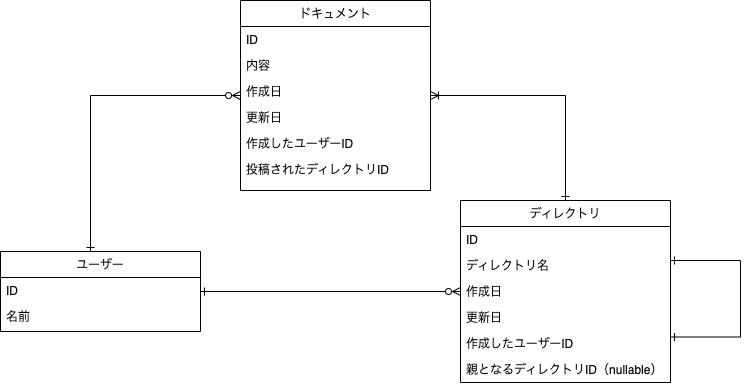
Above: db/db-modeling-3/DB3 Diagram task2.drawio.png in yuikoito/PrAhaChallenge (draw.io), before the change. Source tidied: cells renumbered, new cells last; positions are measured from the earlier drawing's top-left corner, leaving out a move shared by most shapes.
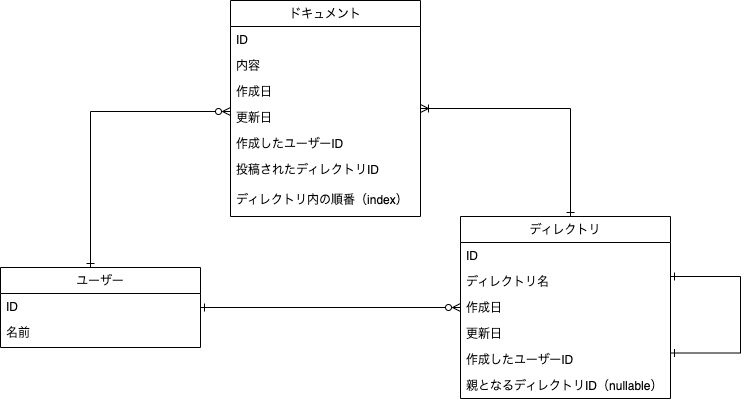
The same diagram one commit later.

The edit, as a diff of the source:
```diff
@@ -22,10 +22,14 @@
       <mxGeometry y="52" width="200" height="26" as="geometry" />
     </mxCell>
     <mxCell id="7" style="edgeStyle=orthogonalEdgeStyle;rounded=0;jettySize=auto;html=1;startArrow=ERoneToMany;startFill=0;endArrow=ERone;endFill=0;" parent="1" edge="1" source="8" target="15">
-      <mxGeometry relative="1" as="geometry" />
+      <mxGeometry relative="1" as="geometry">
+        <Array as="points">
+          <mxPoint x="570" y="92" />
+        </Array>
+      </mxGeometry>
     </mxCell>
     <mxCell id="8" value="ドキュメント" style="swimlane;fontStyle=0;align=center;verticalAlign=top;horizontal=1;startSize=26;rounded=0;shadow=0;strokeWidth=1;" parent="1" vertex="1">
-      <mxGeometry x="240" width="190" height="190" as="geometry" />
+      <mxGeometry x="230" y="-16" width="190" height="216" as="geometry" />
     </mxCell>
     <mxCell id="9" value="ID" style="text;align=left;verticalAlign=top;spacingLeft=4;spacingRight=4;overflow=hidden;" parent="8" vertex="1">
       <mxGeometry y="26" width="190" height="26" as="geometry" />
@@ -42,8 +46,11 @@
     <mxCell id="13" value="作成したユーザーID" style="text;align=left;verticalAlign=top;spacingLeft=4;spacingRight=4;overflow=hidden;" parent="8" vertex="1">
       <mxGeometry y="130" width="190" height="26" as="geometry" />
     </mxCell>
+    <mxCell id="23" value="投稿されたディレクトリID" style="text;align=left;verticalAlign=top;spacingLeft=4;spacingRight=4;overflow=hidden;" parent="8" vertex="1">
+      <mxGeometry y="156" width="190" height="30" as="geometry" />
+    </mxCell>
-    <mxCell id="14" value="投稿されたディレクトリID" style="text;align=left;verticalAlign=top;spacingLeft=4;spacingRight=4;overflow=hidden;" parent="8" vertex="1">
-      <mxGeometry y="156" width="190" height="30" as="geometry" />
+    <mxCell id="14" value="ディレクトリ内の順番（index）" style="text;align=left;verticalAlign=top;spacingLeft=4;spacingRight=4;overflow=hidden;" parent="8" vertex="1">
+      <mxGeometry y="186" width="190" height="30" as="geometry" />
     </mxCell>
     <mxCell id="15" value="ディレクトリ" style="swimlane;fontStyle=0;align=center;verticalAlign=top;horizontal=1;startSize=26;rounded=0;shadow=0;strokeWidth=1;" parent="1" vertex="1">
       <mxGeometry x="460" y="200" width="210" height="182" as="geometry" />
```
